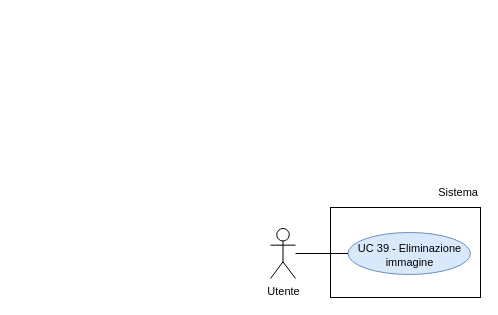
The draw.io diagram RTB/doc_esterna/analisi-dei-requisiti/assets/draw.io/UC39.drawio in thebitless-group-swe/thebitless.github.io, before the edit. Source tidied: cells renumbered, new cells numbered last; positions are measured from the earlier drawing's top-left corner, leaving out a move shared by most shapes. Both pictures are drawn from the tidied source at 100%, with x=0, y=0 at pixel (270, 177).
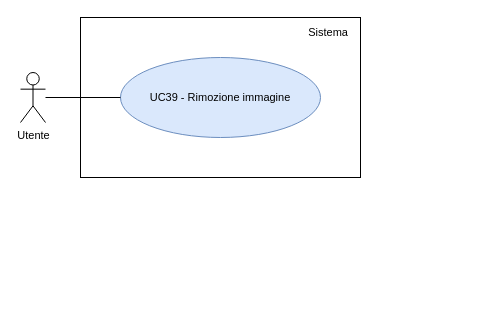
The same page after the edit.

Diff of the diagram source:
```diff
@@
 <mxGraphModel>
   <root>
     <mxCell id="0" />
     <mxCell id="1" parent="0" />
     <mxCell id="2" value="Utente" style="shape=umlActor;verticalLabelPosition=bottom;verticalAlign=top;html=1;outlineConnect=0;fontSize=11;" parent="1" vertex="1">
-      <mxGeometry y="51" width="25" height="50" as="geometry" />
+      <mxGeometry x="-250" y="-105" width="25" height="50" as="geometry" />
     </mxCell>
-    <mxCell id="3" style="rounded=0;whiteSpace=wrap;html=1;strokeWidth=1;" parent="1" vertex="1">
-      <mxGeometry x="60" y="30" width="150" height="90" as="geometry" />
-    </mxCell>
+    <mxCell id="8" style="rounded=0;whiteSpace=wrap;html=1;strokeWidth=1;" parent="1" vertex="1">
+      <mxGeometry x="-190" y="-160" width="280" height="160" as="geometry" />
+    </mxCell>
     <mxCell id="4" value="Sistema" style="text;html=1;whiteSpace=wrap;strokeColor=none;fillColor=none;align=right;verticalAlign=middle;fontSize=11;" parent="1" vertex="1">
-      <mxGeometry x="150" width="60" height="30" as="geometry" />
+      <mxGeometry x="10" y="-155" width="70" height="20" as="geometry" />
     </mxCell>
-    <mxCell id="5" value="UC 39 - Eliminazione immagine" style="ellipse;whiteSpace=wrap;html=1;fillColor=#dae8fc;strokeColor=#6c8ebf;fontSize=11;spacingBottom=-4;" parent="1" vertex="1">
-      <mxGeometry x="77.5" y="55" width="122.5" height="42" as="geometry" />
-    </mxCell>
-    <mxCell id="6" style="edgeStyle=none;rounded=0;jettySize=auto;html=1;endArrow=none;endFill=0;" parent="1" edge="1" source="2" target="5">
-      <mxGeometry relative="1" as="geometry" />
-    </mxCell>
-    <mxCell id="7" style="edgeStyle=orthogonalEdgeStyle;rounded=0;orthogonalLoop=1;jettySize=auto;html=1;exitX=0.5;exitY=1;exitDx=0;exitDy=0;" parent="1" edge="1" source="4" target="4">
-      <mxGeometry relative="1" as="geometry" />
-    </mxCell>
+    <mxCell id="9" value="UC39 - Rimozione immagine" style="ellipse;whiteSpace=wrap;html=1;fillColor=#dae8fc;strokeColor=#6c8ebf;fontSize=11;" parent="1" vertex="1">
+      <mxGeometry x="-150" y="-120" width="200" height="80" as="geometry" />
+    </mxCell>
+    <mxCell id="10" style="edgeStyle=none;rounded=0;jettySize=auto;html=1;endArrow=none;endFill=0;" parent="1" edge="1" source="2" target="9">
+      <mxGeometry relative="1" as="geometry" />
+    </mxCell>
   </root>
 </mxGraphModel>
```
